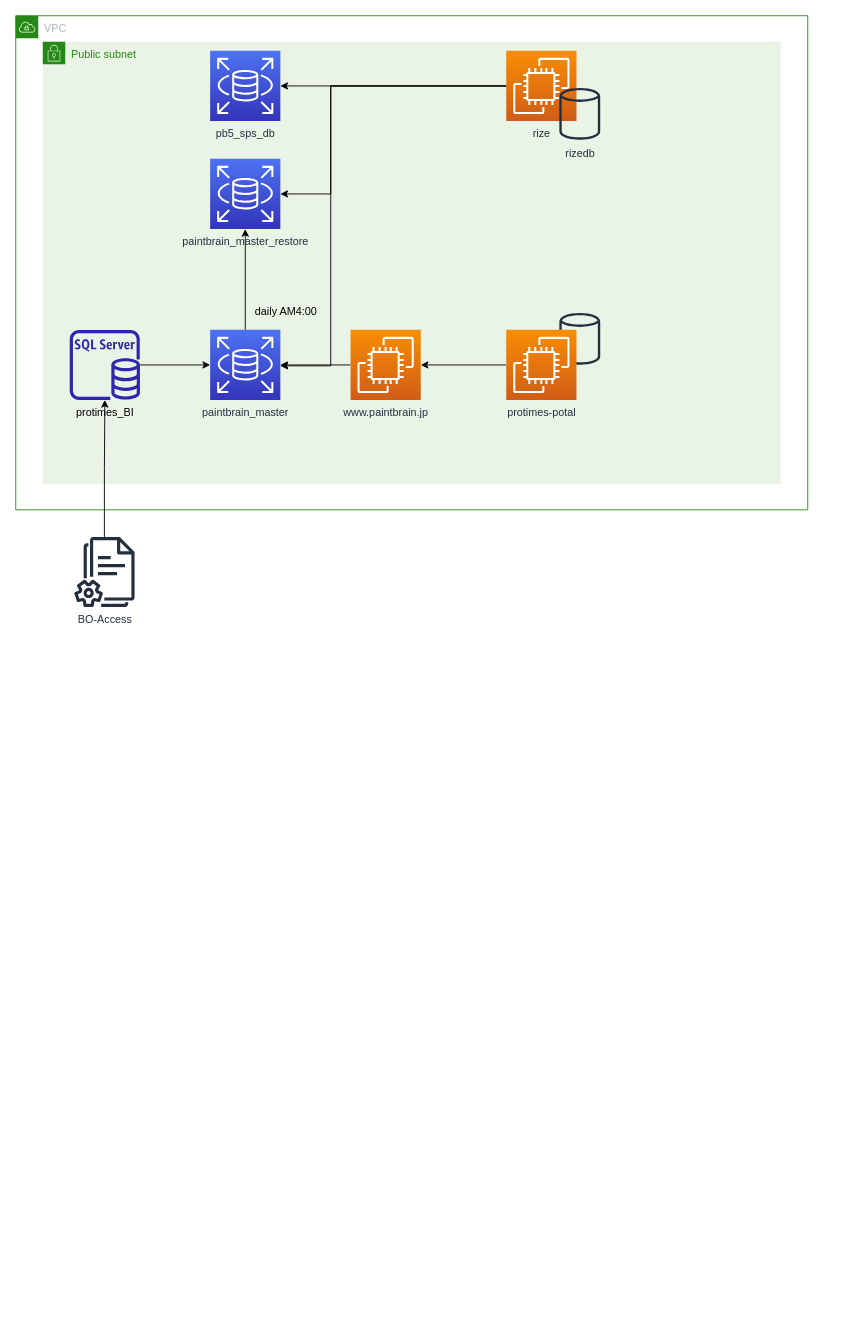
This is htdocs/img/Untitled Diagram.drawio from hurinkazancom/test, a draw.io file, before an edit. Source tidied: cells renumbered, new cells numbered last; positions are measured from the earlier drawing's top-left corner, leaving out a move shared by most shapes. Both pictures are drawn from the tidied source at 90%, with x=0, y=0 at pixel (15, 15).
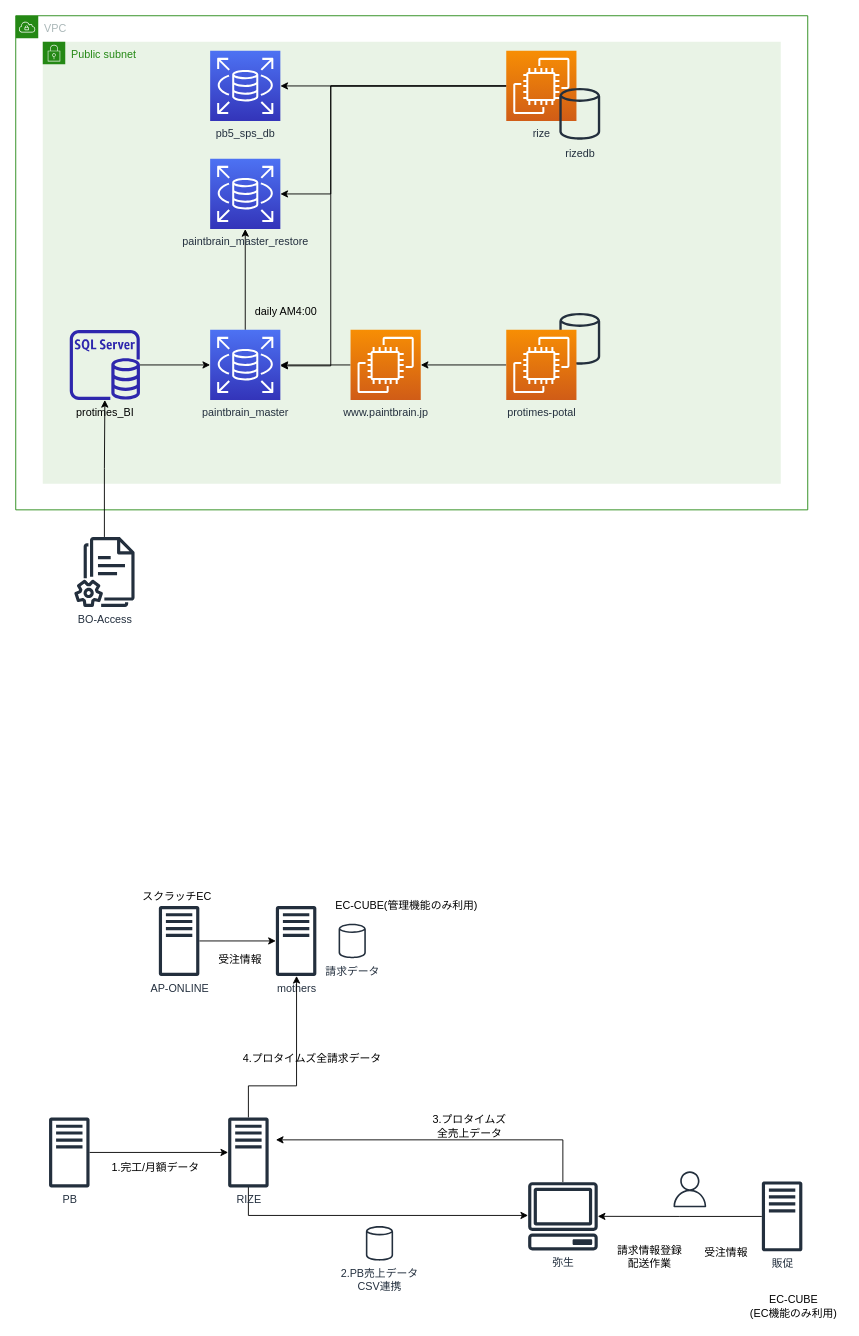
The same page after the edit.

What changed in the source:
```diff
@@
+    <mxCell id="23" value="mothers" style="sketch=0;outlineConnect=0;fontColor=#232F3E;gradientColor=none;fillColor=#232F3D;strokeColor=none;dashed=0;verticalLabelPosition=bottom;verticalAlign=top;align=center;html=1;fontSize=12;fontStyle=0;shape=mxgraph.aws4.traditional_server;" parent="1" vertex="1">
+      <mxGeometry x="289" y="989" width="45" height="78" as="geometry" />
+    </mxCell>
+    <mxCell id="24" value="請求データ" style="sketch=0;fontColor=#232F3E;gradientColor=none;fillColor=#232F3D;strokeColor=none;dashed=0;verticalLabelPosition=bottom;verticalAlign=top;align=center;html=1;fontSize=12;fontStyle=0;shape=mxgraph.aws4.generic_database;" parent="1" vertex="1">
+      <mxGeometry x="358.7" y="1008" width="30.3" height="40" as="geometry" />
+    </mxCell>
+    <mxCell id="25" value="EC-CUBE(管理機能のみ利用)" style="text;html=1;align=center;verticalAlign=middle;strokeColor=none;fillColor=none;" parent="1" vertex="1">
+      <mxGeometry x="349" y="979" width="170" height="20" as="geometry" />
+    </mxCell>
+    <mxCell id="26" style="edgeStyle=orthogonalEdgeStyle;rounded=0;orthogonalLoop=1;jettySize=auto;html=1;" parent="1" edge="1">
+      <mxGeometry relative="1" as="geometry">
+        <mxPoint x="258.5" y="1300.8" as="sourcePoint" />
+        <mxPoint x="569.3" y="1333" as="targetPoint" />
+        <Array as="points">
+          <mxPoint x="259" y="1333" />
+        </Array>
+      </mxGeometry>
+    </mxCell>
+    <mxCell id="27" style="edgeStyle=orthogonalEdgeStyle;rounded=0;jettySize=auto;html=1;" parent="1" edge="1" source="28" target="23">
+      <mxGeometry relative="1" as="geometry">
+        <Array as="points">
+          <mxPoint x="259" y="1189" />
+          <mxPoint x="312" y="1189" />
+        </Array>
+      </mxGeometry>
+    </mxCell>
+    <mxCell id="28" value="RIZE" style="sketch=0;outlineConnect=0;fontColor=#232F3E;gradientColor=none;fillColor=#232F3D;strokeColor=none;dashed=0;verticalLabelPosition=bottom;verticalAlign=top;align=center;html=1;fontSize=12;fontStyle=0;shape=mxgraph.aws4.traditional_server;" parent="1" vertex="1">
+      <mxGeometry x="236" y="1224" width="45" height="78" as="geometry" />
+    </mxCell>
+    <mxCell id="29" style="edgeStyle=orthogonalEdgeStyle;rounded=0;jettySize=auto;html=1;entryX=1.178;entryY=0.32;entryDx=0;entryDy=0;entryPerimeter=0;" parent="1" edge="1" source="30" target="28">
+      <mxGeometry relative="1" as="geometry">
+        <Array as="points">
+          <mxPoint x="608" y="1249" />
+        </Array>
+      </mxGeometry>
+    </mxCell>
+    <mxCell id="30" value="弥生" style="sketch=0;outlineConnect=0;fontColor=#232F3E;gradientColor=none;fillColor=#232F3D;strokeColor=none;dashed=0;verticalLabelPosition=bottom;verticalAlign=top;align=center;html=1;fontSize=12;fontStyle=0;shape=mxgraph.aws4.client;" parent="1" vertex="1">
+      <mxGeometry x="569" y="1296" width="78" height="76" as="geometry" />
+    </mxCell>
+    <mxCell id="31" value="2.PB売上データ&lt;br&gt;CSV連携" style="sketch=0;fontColor=#232F3E;gradientColor=none;fillColor=#232F3D;strokeColor=none;dashed=0;verticalLabelPosition=bottom;verticalAlign=top;align=center;html=1;fontSize=12;fontStyle=0;shape=mxgraph.aws4.generic_database;" parent="1" vertex="1">
+      <mxGeometry x="389" y="1344" width="30.3" height="40" as="geometry" />
+    </mxCell>
+    <mxCell id="32" style="edgeStyle=orthogonalEdgeStyle;rounded=0;jettySize=auto;html=1;" parent="1" edge="1" source="33" target="23">
+      <mxGeometry relative="1" as="geometry" />
+    </mxCell>
+    <mxCell id="33" value="AP-ONLINE" style="sketch=0;outlineConnect=0;fontColor=#232F3E;gradientColor=none;fillColor=#232F3D;strokeColor=none;dashed=0;verticalLabelPosition=bottom;verticalAlign=top;align=center;html=1;fontSize=12;fontStyle=0;shape=mxgraph.aws4.traditional_server;" parent="1" vertex="1">
+      <mxGeometry x="159" y="989" width="45" height="78" as="geometry" />
+    </mxCell>
+    <mxCell id="34" value="受注情報" style="text;html=1;align=center;verticalAlign=middle;strokeColor=none;fillColor=none;" parent="1" vertex="1">
+      <mxGeometry x="219" y="1039" width="60" height="20" as="geometry" />
+    </mxCell>
+    <mxCell id="35" value="EC-CUBE&lt;br&gt;(EC機能のみ利用)" style="text;html=1;align=center;verticalAlign=middle;strokeColor=none;fillColor=none;" parent="1" vertex="1">
+      <mxGeometry x="809" y="1419" width="110" height="30" as="geometry" />
+    </mxCell>
+    <mxCell id="36" style="edgeStyle=orthogonalEdgeStyle;rounded=0;jettySize=auto;html=1;startArrow=none;" parent="1" edge="1" source="37" target="30">
+      <mxGeometry relative="1" as="geometry" />
+    </mxCell>
+    <mxCell id="37" value="販促" style="sketch=0;outlineConnect=0;fontColor=#232F3E;gradientColor=none;fillColor=#232F3D;strokeColor=none;dashed=0;verticalLabelPosition=bottom;verticalAlign=top;align=center;html=1;fontSize=12;fontStyle=0;shape=mxgraph.aws4.traditional_server;" parent="1" vertex="1">
+      <mxGeometry x="829" y="1295" width="45" height="78" as="geometry" />
+    </mxCell>
+    <mxCell id="38" value="スクラッチEC" style="text;html=1;align=center;verticalAlign=middle;strokeColor=none;fillColor=none;" parent="1" vertex="1">
+      <mxGeometry x="134" y="969" width="90" height="20" as="geometry" />
+    </mxCell>
+    <mxCell id="39" style="sketch=0;fontColor=#232F3E;gradientColor=none;fillColor=#232F3D;strokeColor=none;dashed=0;verticalLabelPosition=bottom;verticalAlign=top;align=center;html=1;fontSize=12;fontStyle=0;shape=mxgraph.aws4.user;" parent="1" vertex="1">
+      <mxGeometry x="729" y="1284" width="40" height="40" as="geometry" />
+    </mxCell>
+    <mxCell id="40" value="請求情報登録&lt;br&gt;配送作業" style="text;html=1;align=center;verticalAlign=middle;strokeColor=none;fillColor=none;" parent="1" vertex="1">
+      <mxGeometry x="659" y="1364" width="90" height="30" as="geometry" />
+    </mxCell>
+    <mxCell id="41" value="受注情報" style="text;html=1;align=center;verticalAlign=middle;strokeColor=none;fillColor=none;" parent="1" vertex="1">
+      <mxGeometry x="759" y="1364" width="60" height="20" as="geometry" />
+    </mxCell>
+    <mxCell id="42" value="3.プロタイムズ&lt;br&gt;全売上データ" style="text;html=1;align=center;verticalAlign=middle;strokeColor=none;fillColor=none;" parent="1" vertex="1">
+      <mxGeometry x="454" y="1219" width="100" height="30" as="geometry" />
+    </mxCell>
+    <mxCell id="43" style="edgeStyle=orthogonalEdgeStyle;rounded=0;jettySize=auto;html=1;" parent="1" edge="1" source="44" target="28">
+      <mxGeometry relative="1" as="geometry" />
+    </mxCell>
+    <mxCell id="44" value="PB" style="sketch=0;outlineConnect=0;fontColor=#232F3E;gradientColor=none;fillColor=#232F3D;strokeColor=none;dashed=0;verticalLabelPosition=bottom;verticalAlign=top;align=center;html=1;fontSize=12;fontStyle=0;shape=mxgraph.aws4.traditional_server;" parent="1" vertex="1">
+      <mxGeometry x="37" y="1224" width="45" height="78" as="geometry" />
+    </mxCell>
+    <mxCell id="45" value="1.完工/月額データ" style="text;html=1;align=center;verticalAlign=middle;strokeColor=none;fillColor=none;" parent="1" vertex="1">
+      <mxGeometry x="100" y="1270" width="110" height="20" as="geometry" />
+    </mxCell>
+    <mxCell id="46" value="4.プロタイムズ全請求データ" style="text;html=1;align=center;verticalAlign=middle;strokeColor=none;fillColor=none;" parent="1" vertex="1">
+      <mxGeometry x="244" y="1149" width="170" height="20" as="geometry" />
+    </mxCell>
```
